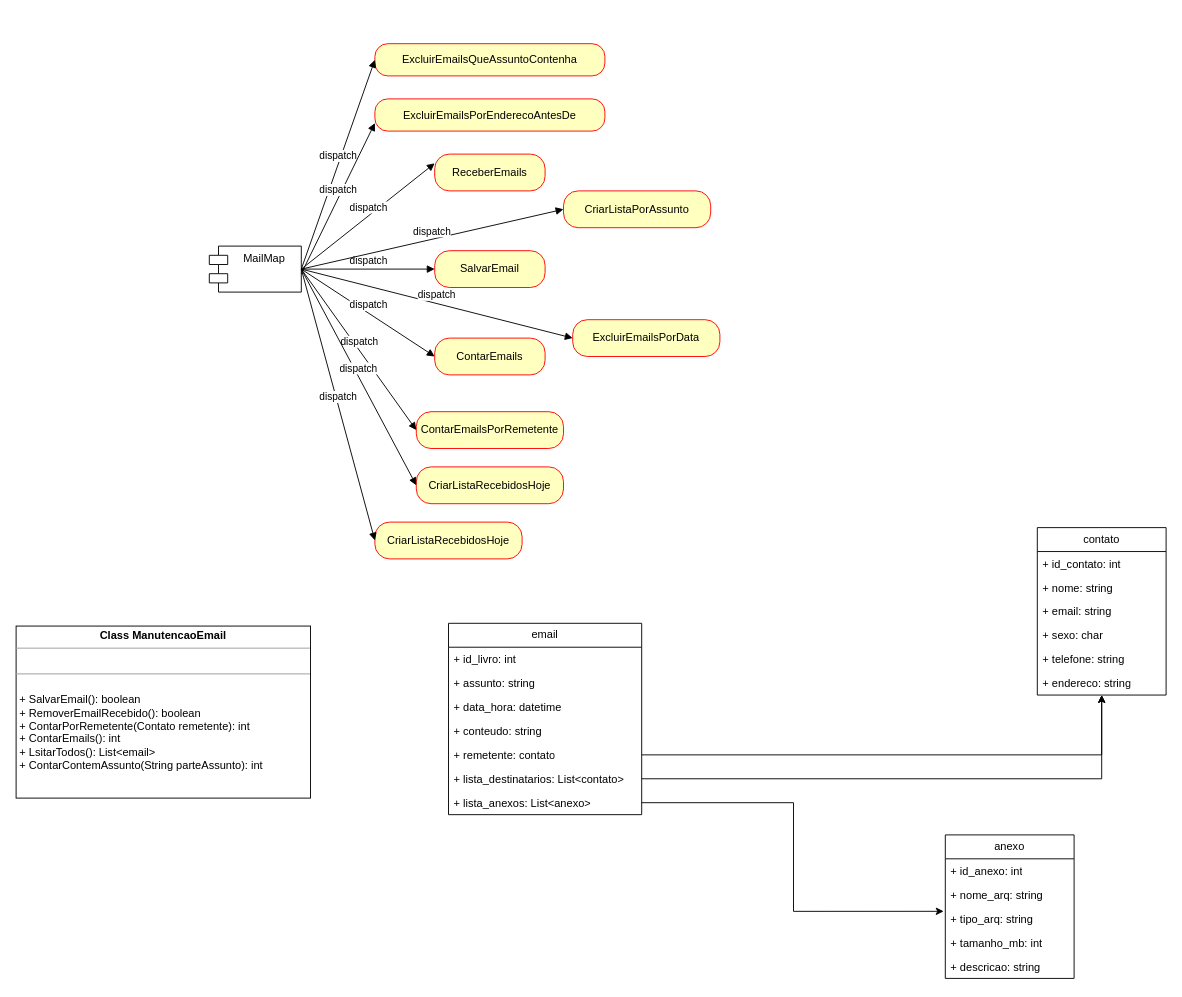
JuscelinoCarvalho/GerenciadorEmails keeps this draw.io diagram as page "Página-1" (1 of 2) of 966_Gerenciador_de_Email_Grupo3.drawio. Above is the earlier version. Source tidied: cells renumbered, new cells numbered last; positions are measured from the earlier drawing's top-left corner, leaving out a move shared by most shapes. Both pictures are drawn from the tidied source at 92%, with x=0, y=0 at pixel (16, 43).
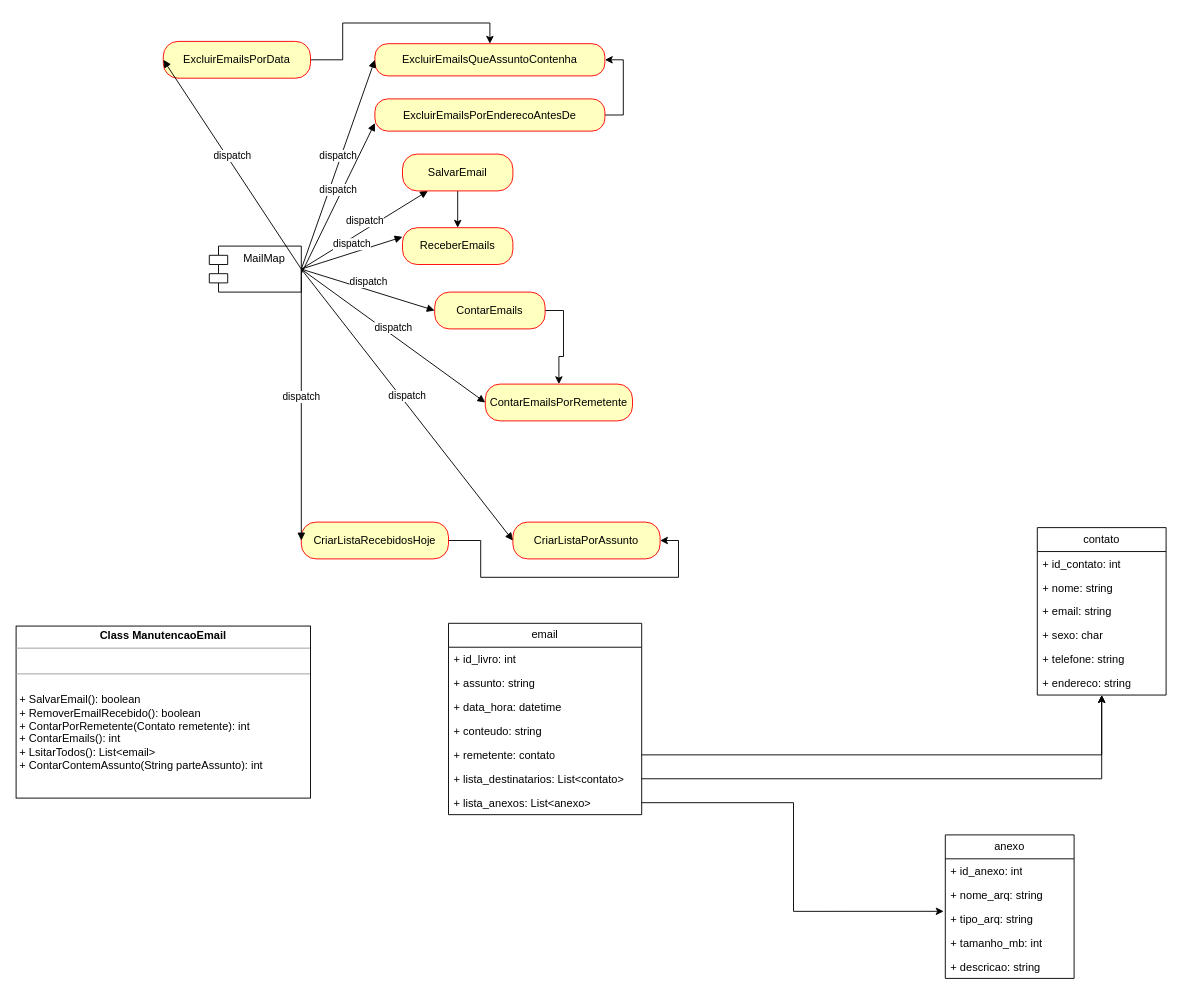
Above is the later version.

Unchanged cells that the change refers to:
```xml
<mxCell id="27" value="MailMap" style="shape=module;align=left;spacingLeft=20;align=center;verticalAlign=top;" parent="1" vertex="1">
  <mxGeometry x="210" y="220" width="100" height="50" as="geometry" />
</mxCell>
<mxCell id="44" value="ExcluirEmailsQueAssuntoContenha" style="rounded=1;whiteSpace=wrap;html=1;arcSize=40;fontColor=#000000;fillColor=#ffffc0;strokeColor=#ff0000;" parent="1" vertex="1">
  <mxGeometry x="390" width="250" height="35" as="geometry" />
</mxCell>
<mxCell id="46" value="ExcluirEmailsPorEnderecoAntesDe" style="rounded=1;whiteSpace=wrap;html=1;arcSize=40;fontColor=#000000;fillColor=#ffffc0;strokeColor=#ff0000;" parent="1" vertex="1">
  <mxGeometry x="390" y="60" width="250" height="35" as="geometry" />
</mxCell>
```

What changed in the source:
```diff
@@
+    <mxCell id="48" style="edgeStyle=orthogonalEdgeStyle;rounded=0;jettySize=auto;html=1;entryX=0.5;entryY=0;entryDx=0;entryDy=0;" parent="1" edge="1" source="29" target="30">
+      <mxGeometry relative="1" as="geometry" />
+    </mxCell>
     <mxCell id="29" value="SalvarEmail" style="rounded=1;whiteSpace=wrap;html=1;arcSize=40;fontColor=#000000;fillColor=#ffffc0;strokeColor=#ff0000;" parent="1" vertex="1">
-      <mxGeometry x="455" y="225" width="120" height="40" as="geometry" />
+      <mxGeometry x="420" y="120" width="120" height="40" as="geometry" />
     </mxCell>
     <mxCell id="30" value="ReceberEmails" style="rounded=1;whiteSpace=wrap;html=1;arcSize=40;fontColor=#000000;fillColor=#ffffc0;strokeColor=#ff0000;" parent="1" vertex="1">
-      <mxGeometry x="455" y="120" width="120" height="40" as="geometry" />
+      <mxGeometry x="420" y="200" width="120" height="40" as="geometry" />
     </mxCell>
+    <mxCell id="49" style="edgeStyle=orthogonalEdgeStyle;rounded=0;jettySize=auto;html=1;exitX=1;exitY=0.5;exitDx=0;exitDy=0;entryX=0.5;entryY=0;entryDx=0;entryDy=0;" parent="1" edge="1" source="31" target="32">
+      <mxGeometry relative="1" as="geometry" />
+    </mxCell>
     <mxCell id="31" value="ContarEmails" style="rounded=1;whiteSpace=wrap;html=1;arcSize=40;fontColor=#000000;fillColor=#ffffc0;strokeColor=#ff0000;" parent="1" vertex="1">
-      <mxGeometry x="455" y="320" width="120" height="40" as="geometry" />
+      <mxGeometry x="455" y="270" width="120" height="40" as="geometry" />
     </mxCell>
     <mxCell id="32" value="ContarEmailsPorRemetente" style="rounded=1;whiteSpace=wrap;html=1;arcSize=40;fontColor=#000000;fillColor=#ffffc0;strokeColor=#ff0000;" parent="1" vertex="1">
-      <mxGeometry x="435" y="400" width="160" height="40" as="geometry" />
+      <mxGeometry x="510" y="370" width="160" height="40" as="geometry" />
     </mxCell>
@@
+    <mxCell id="50" style="edgeStyle=orthogonalEdgeStyle;rounded=0;jettySize=auto;html=1;exitX=1;exitY=0.5;exitDx=0;exitDy=0;entryX=1;entryY=0.5;entryDx=0;entryDy=0;" parent="1" edge="1" source="42" target="36">
+      <mxGeometry relative="1" as="geometry" />
+    </mxCell>
     <mxCell id="36" value="CriarListaPorAssunto" style="rounded=1;whiteSpace=wrap;html=1;arcSize=40;fontColor=#000000;fillColor=#ffffc0;strokeColor=#ff0000;" parent="1" vertex="1">
-      <mxGeometry x="595" y="160" width="160" height="40" as="geometry" />
+      <mxGeometry x="540" y="520" width="160" height="40" as="geometry" />
     </mxCell>
@@
+    <mxCell id="51" style="edgeStyle=orthogonalEdgeStyle;rounded=0;jettySize=auto;html=1;entryX=0.5;entryY=0;entryDx=0;entryDy=0;" parent="1" edge="1" source="38" target="44">
+      <mxGeometry relative="1" as="geometry" />
+    </mxCell>
     <mxCell id="38" value="ExcluirEmailsPorData" style="rounded=1;whiteSpace=wrap;html=1;arcSize=40;fontColor=#000000;fillColor=#ffffc0;strokeColor=#ff0000;" parent="1" vertex="1">
-      <mxGeometry x="605" y="300" width="160" height="40" as="geometry" />
+      <mxGeometry x="160" y="-2.5" width="160" height="40" as="geometry" />
     </mxCell>
@@
-    <mxCell id="40" value="CriarListaRecebidosHoje" style="rounded=1;whiteSpace=wrap;html=1;arcSize=40;fontColor=#000000;fillColor=#ffffc0;strokeColor=#ff0000;" parent="1" vertex="1">
-      <mxGeometry x="390" y="520" width="160" height="40" as="geometry" />
-    </mxCell>
-    <mxCell id="41" value="dispatch" style="html=1;verticalAlign=bottom;endArrow=block;rounded=0;entryX=0;entryY=0.5;entryDx=0;entryDy=0;exitX=1;exitY=0.5;exitDx=0;exitDy=0;" parent="1" edge="1" source="27" target="40">
-      <mxGeometry relative="1" as="geometry" />
-    </mxCell>
     <mxCell id="42" value="CriarListaRecebidosHoje" style="rounded=1;whiteSpace=wrap;html=1;arcSize=40;fontColor=#000000;fillColor=#ffffc0;strokeColor=#ff0000;" parent="1" vertex="1">
-      <mxGeometry x="435" y="460" width="160" height="40" as="geometry" />
+      <mxGeometry x="310" y="520" width="160" height="40" as="geometry" />
     </mxCell>
@@
+    <mxCell id="52" style="edgeStyle=orthogonalEdgeStyle;rounded=0;jettySize=auto;html=1;exitX=1;exitY=0.5;exitDx=0;exitDy=0;entryX=1;entryY=0.5;entryDx=0;entryDy=0;" parent="1" edge="1" source="46" target="44">
+      <mxGeometry relative="1" as="geometry" />
+    </mxCell>
```
